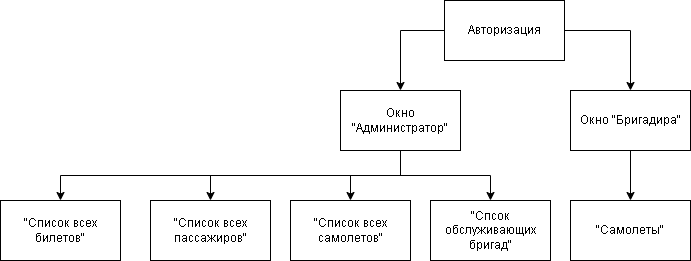
Above: images/Сценарии_использования-Визуальная_карта_онлайн_сервиса.png in CCF2P/Backend (draw.io), before the change. Source tidied: cells renumbered, new cells last; positions are measured from the earlier drawing's top-left corner, leaving out a move shared by most shapes.
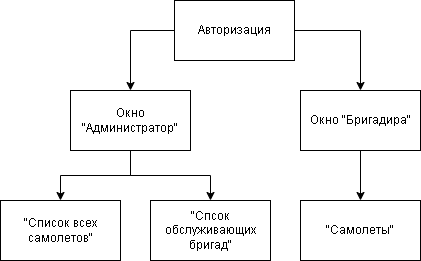
The same diagram one commit later.

What changed in the source:
```diff
@@ -11,15 +11,9 @@
     <mxCell id="4" style="edgeStyle=orthogonalEdgeStyle;rounded=0;jettySize=auto;html=1;exitX=0.5;exitY=1;exitDx=0;exitDy=0;entryX=0.5;entryY=0;entryDx=0;entryDy=0;" parent="1" edge="1" source="8" target="13">
       <mxGeometry relative="1" as="geometry" />
     </mxCell>
-    <mxCell id="5" style="edgeStyle=orthogonalEdgeStyle;rounded=0;jettySize=auto;html=1;exitX=0.5;exitY=1;exitDx=0;exitDy=0;entryX=0.5;entryY=0;entryDx=0;entryDy=0;" parent="1" edge="1" source="8" target="14">
-      <mxGeometry relative="1" as="geometry" />
-    </mxCell>
     <mxCell id="6" style="edgeStyle=orthogonalEdgeStyle;rounded=0;jettySize=auto;html=1;exitX=0.5;exitY=1;exitDx=0;exitDy=0;entryX=0.5;entryY=0;entryDx=0;entryDy=0;" parent="1" edge="1" source="8" target="12">
       <mxGeometry relative="1" as="geometry" />
     </mxCell>
-    <mxCell id="7" style="edgeStyle=orthogonalEdgeStyle;rounded=0;jettySize=auto;html=1;exitX=0.5;exitY=1;exitDx=0;exitDy=0;entryX=0.5;entryY=0;entryDx=0;entryDy=0;" parent="1" edge="1" source="8" target="15">
-      <mxGeometry relative="1" as="geometry" />
-    </mxCell>
     <mxCell id="8" value="Окно &quot;Администратор&quot;" style="rounded=0;whiteSpace=wrap;html=1;" parent="1" vertex="1">
       <mxGeometry x="340" y="90" width="120" height="60" as="geometry" />
     </mxCell>
@@ -33,17 +27,11 @@
       <mxGeometry x="570" y="200" width="120" height="60" as="geometry" />
     </mxCell>
     <mxCell id="12" value="&quot;Спсок обслуживающих бригад&quot;" style="rounded=0;whiteSpace=wrap;html=1;" parent="1" vertex="1">
-      <mxGeometry x="430" y="200" width="120" height="60" as="geometry" />
+      <mxGeometry x="420" y="200" width="120" height="60" as="geometry" />
     </mxCell>
     <mxCell id="13" value="&quot;Список всех самолетов&quot;" style="rounded=0;whiteSpace=wrap;html=1;" parent="1" vertex="1">
-      <mxGeometry x="290" y="200" width="120" height="60" as="geometry" />
+      <mxGeometry x="270" y="200" width="120" height="60" as="geometry" />
     </mxCell>
-    <mxCell id="14" value="&quot;Список всех билетов&quot;" style="rounded=0;whiteSpace=wrap;html=1;" parent="1" vertex="1">
-      <mxGeometry y="200" width="120" height="60" as="geometry" />
-    </mxCell>
-    <mxCell id="15" value="&quot;Список всех пассажиров&quot;" style="rounded=0;whiteSpace=wrap;html=1;" parent="1" vertex="1">
-      <mxGeometry x="150" y="200" width="120" height="60" as="geometry" />
-    </mxCell>
     <mxCell id="16" value="Авторизация" style="rounded=0;whiteSpace=wrap;html=1;" parent="1" vertex="1">
       <mxGeometry x="444" width="120" height="60" as="geometry" />
     </mxCell>
```
